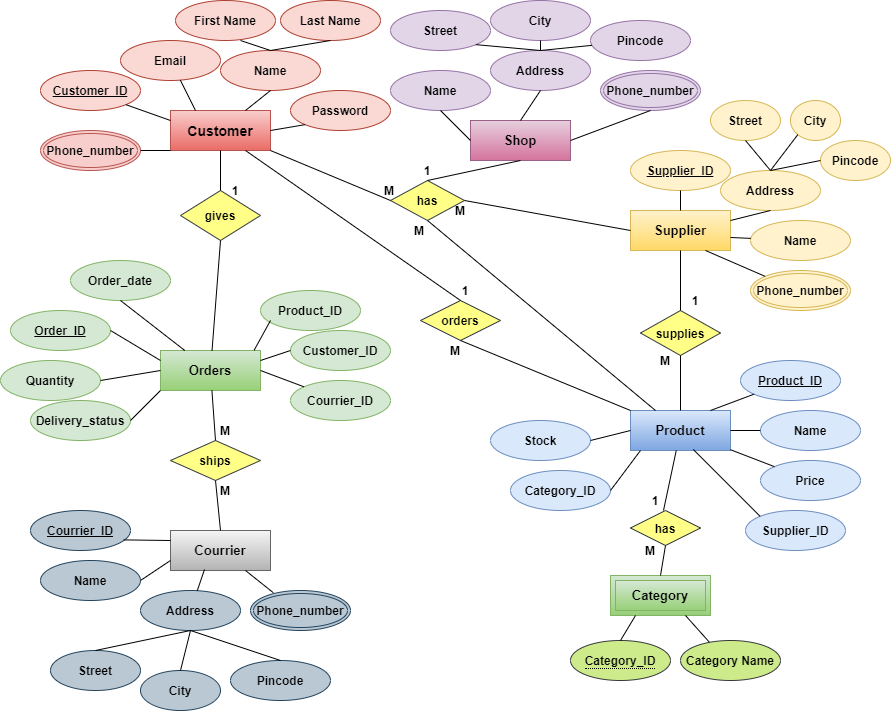
Earlier version of the draw.io export shopping_UML.png (AayushiBr/Diagrams-). Source tidied: cells renumbered, new cells last; positions are measured from the earlier drawing's top-left corner, leaving out a move shared by most shapes.
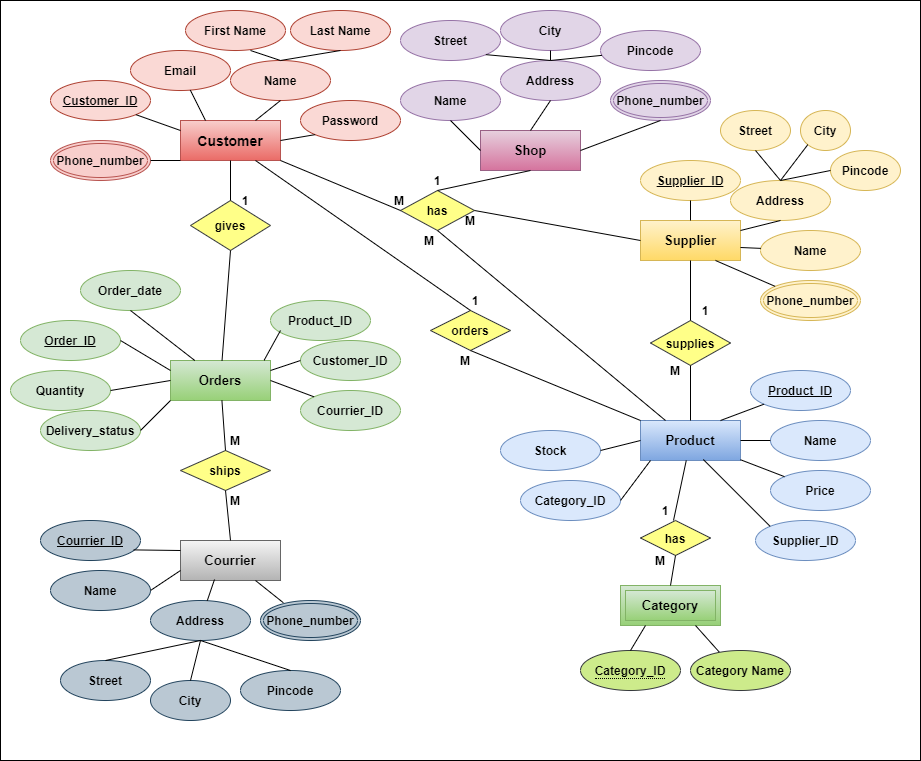
The same file after the commit.

What changed in the source:
```diff
@@ -423,5 +423,8 @@
         <mxPoint x="130" y="420" as="sourcePoint" />
       </mxGeometry>
     </mxCell>
+    <mxCell id="127" style="rounded=0;whiteSpace=wrap;html=1;fillColor=none;" parent="1" vertex="1">
+      <mxGeometry x="-10" y="-10" width="920" height="760" as="geometry" />
+    </mxCell>
   </root>
 </mxGraphModel>
```
